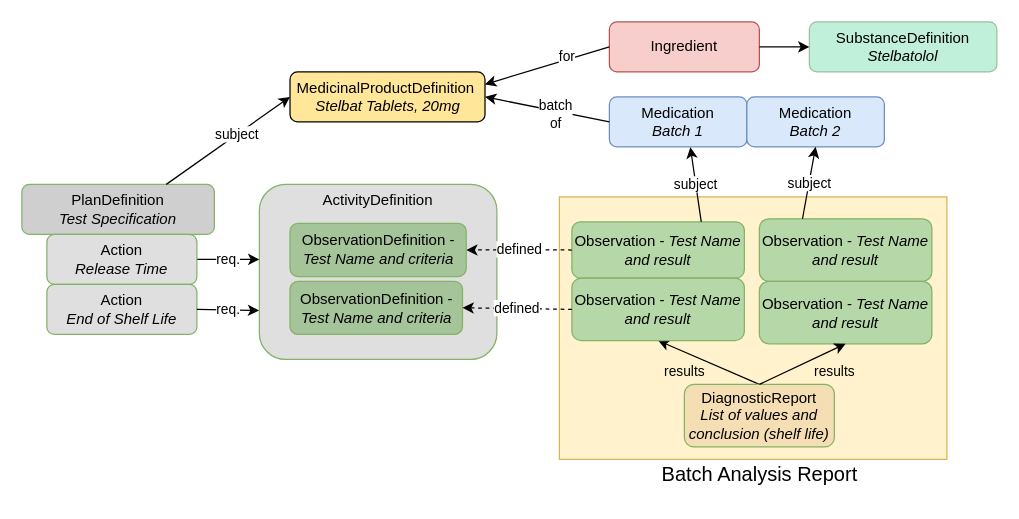
Before: input/images-source/batch_analysis_FHIR_resources.drawio in HL7/uv-dx-pq, a draw.io diagram. Source tidied: cells renumbered, new cells numbered last; positions are measured from the earlier drawing's top-left corner, leaving out a move shared by most shapes. Both pictures are drawn from the tidied source at 125%, with x=0, y=0 at pixel (21, 21).
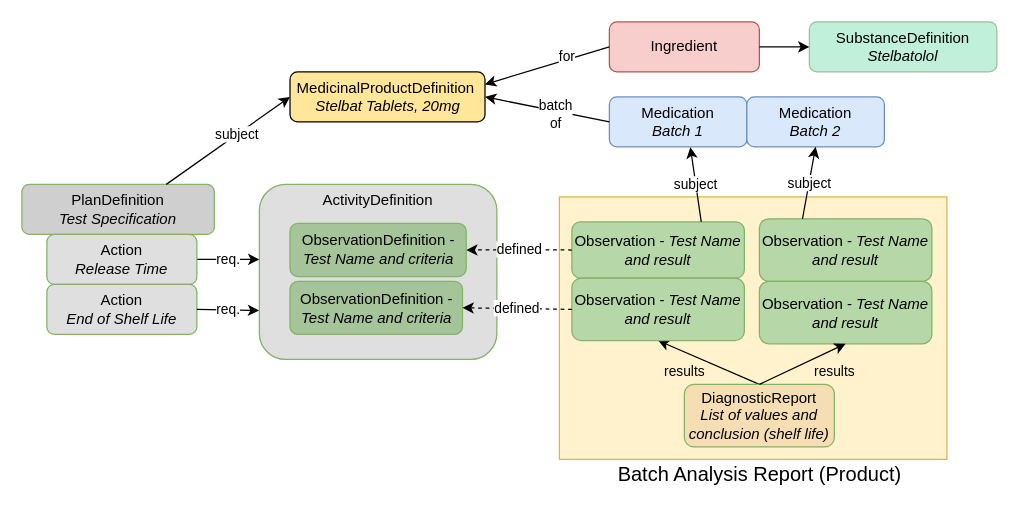
The same diagram, later.

Commit message:
added word product

Diff of the diagram source:
```diff
@@
-    <mxCell id="33" value="&lt;font style=&quot;font-size: 16px;&quot;&gt;Batch Analysis Report&lt;/font&gt;" style="text;strokeColor=none;fillColor=none;html=1;fontSize=24;fontStyle=0;verticalAlign=middle;align=center;" parent="1" vertex="1">
+    <mxCell id="33" value="&lt;font style=&quot;font-size: 16px;&quot;&gt;Batch Analysis Report (Product)&lt;/font&gt;" style="text;strokeColor=none;fillColor=none;html=1;fontSize=24;fontStyle=0;verticalAlign=middle;align=center;" parent="1" vertex="1">
       <mxGeometry x="540" y="340" width="100" height="40" as="geometry" />
     </mxCell>
```
